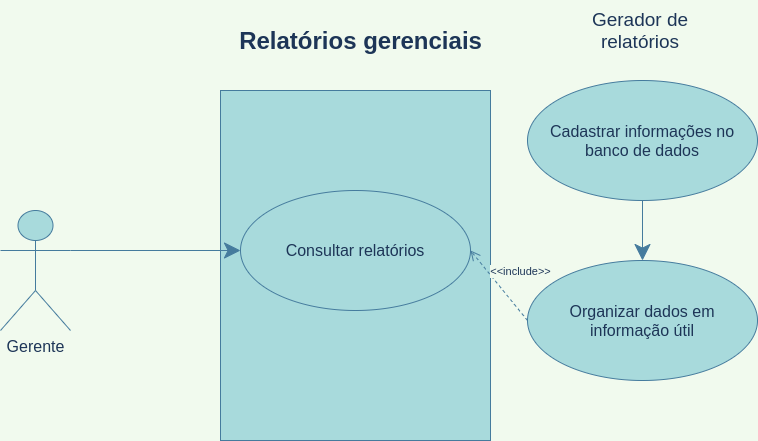
Earlier version of the draw.io export relatoriosgerenciais.drawio.png (hinname/project-Restaurant). Source tidied: cells renumbered, new cells last; positions are measured from the earlier drawing's top-left corner, leaving out a move shared by most shapes.
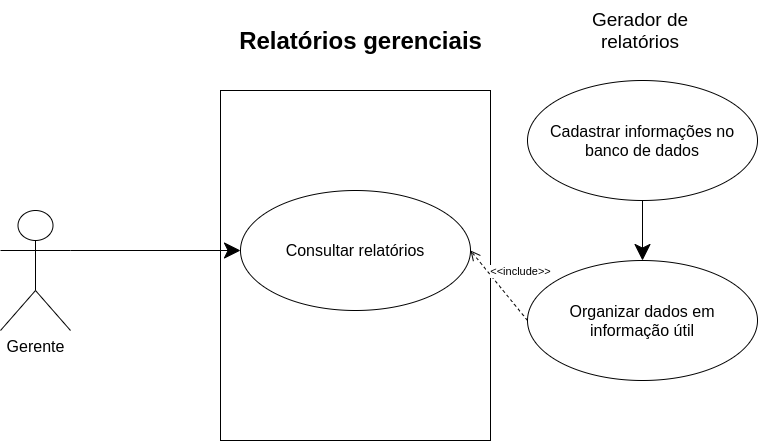
Later version of the same file.

The edit, as a diff of the source:
```diff
@@ -1,35 +1,35 @@
-<mxGraphModel background="#F1FAEE">
+<mxGraphModel>
   <root>
     <mxCell id="0" />
     <mxCell id="1" parent="0" />
-    <mxCell id="2" style="rounded=0;whiteSpace=wrap;html=1;hachureGap=4;fillColor=#A8DADC;strokeColor=#457B9D;fontColor=#1D3557;" parent="1" vertex="1">
+    <mxCell id="2" style="rounded=0;whiteSpace=wrap;html=1;hachureGap=4;" parent="1" vertex="1">
       <mxGeometry x="220" y="90" width="270" height="350" as="geometry" />
     </mxCell>
-    <mxCell id="3" value="Relatórios gerenciais" style="text;strokeColor=none;fillColor=none;html=1;fontSize=24;fontStyle=1;verticalAlign=middle;align=center;hachureGap=4;fontColor=#1D3557;" parent="1" vertex="1">
+    <mxCell id="3" value="Relatórios gerenciais" style="text;strokeColor=none;fillColor=none;html=1;fontSize=24;fontStyle=1;verticalAlign=middle;align=center;hachureGap=4;" parent="1" vertex="1">
       <mxGeometry x="310" y="20" width="100" height="40" as="geometry" />
     </mxCell>
-    <mxCell id="4" value="&lt;font style=&quot;font-size: 16px&quot;&gt;Gerente&lt;/font&gt;" style="shape=umlActor;verticalLabelPosition=bottom;verticalAlign=top;html=1;outlineConnect=0;hachureGap=4;fillColor=#A8DADC;strokeColor=#457B9D;fontColor=#1D3557;" parent="1" vertex="1">
+    <mxCell id="4" value="&lt;font style=&quot;font-size: 16px&quot;&gt;Gerente&lt;/font&gt;" style="shape=umlActor;verticalLabelPosition=bottom;verticalAlign=top;html=1;outlineConnect=0;hachureGap=4;" parent="1" vertex="1">
       <mxGeometry y="210" width="70" height="120" as="geometry" />
     </mxCell>
-    <mxCell id="5" value="&lt;font style=&quot;font-size: 16px&quot;&gt;Consultar relatórios&lt;/font&gt;" style="ellipse;whiteSpace=wrap;html=1;hachureGap=4;fillColor=#A8DADC;strokeColor=#457B9D;fontColor=#1D3557;" parent="1" vertex="1">
+    <mxCell id="5" value="&lt;font style=&quot;font-size: 16px&quot;&gt;Consultar relatórios&lt;/font&gt;" style="ellipse;whiteSpace=wrap;html=1;hachureGap=4;" parent="1" vertex="1">
       <mxGeometry x="240" y="190" width="230" height="120" as="geometry" />
     </mxCell>
-    <mxCell id="6" value="&lt;font style=&quot;font-size: 16px&quot;&gt;Cadastrar informações no banco de dados&lt;/font&gt;" style="ellipse;whiteSpace=wrap;html=1;hachureGap=4;fillColor=#A8DADC;strokeColor=#457B9D;fontColor=#1D3557;" parent="1" vertex="1">
+    <mxCell id="6" value="&lt;font style=&quot;font-size: 16px&quot;&gt;Cadastrar informações no banco de dados&lt;/font&gt;" style="ellipse;whiteSpace=wrap;html=1;hachureGap=4;" parent="1" vertex="1">
       <mxGeometry x="527" y="80" width="230" height="120" as="geometry" />
     </mxCell>
-    <mxCell id="7" value="&lt;font style=&quot;font-size: 16px&quot;&gt;Organizar dados em informação útil&lt;/font&gt;" style="ellipse;whiteSpace=wrap;html=1;hachureGap=4;fillColor=#A8DADC;strokeColor=#457B9D;fontColor=#1D3557;" parent="1" vertex="1">
+    <mxCell id="7" value="&lt;font style=&quot;font-size: 16px&quot;&gt;Organizar dados em informação útil&lt;/font&gt;" style="ellipse;whiteSpace=wrap;html=1;hachureGap=4;" parent="1" vertex="1">
       <mxGeometry x="527" y="260" width="230" height="120" as="geometry" />
     </mxCell>
-    <mxCell id="8" value="&lt;font style=&quot;font-size: 19px&quot;&gt;Gerador de relatórios&lt;/font&gt;" style="text;html=1;strokeColor=none;fillColor=none;align=center;verticalAlign=middle;whiteSpace=wrap;rounded=0;hachureGap=4;fontColor=#1D3557;" parent="1" vertex="1">
+    <mxCell id="8" value="&lt;font style=&quot;font-size: 19px&quot;&gt;Gerador de relatórios&lt;/font&gt;" style="text;html=1;strokeColor=none;fillColor=none;align=center;verticalAlign=middle;whiteSpace=wrap;rounded=0;hachureGap=4;" parent="1" vertex="1">
       <mxGeometry x="590" width="100" height="60" as="geometry" />
     </mxCell>
-    <mxCell id="9" style="endArrow=classic;html=1;startSize=14;endSize=14;sourcePerimeterSpacing=8;targetPerimeterSpacing=8;exitX=0.5;exitY=1;exitDx=0;exitDy=0;entryX=0.5;entryY=0;entryDx=0;entryDy=0;labelBackgroundColor=#F1FAEE;strokeColor=#457B9D;fontColor=#1D3557;" parent="1" edge="1" source="6" target="7">
+    <mxCell id="9" style="endArrow=classic;html=1;startSize=14;endSize=14;sourcePerimeterSpacing=8;targetPerimeterSpacing=8;exitX=0.5;exitY=1;exitDx=0;exitDy=0;entryX=0.5;entryY=0;entryDx=0;entryDy=0;" parent="1" edge="1" source="6" target="7">
       <mxGeometry relative="1" as="geometry" />
     </mxCell>
-    <mxCell id="10" value="&lt;font style=&quot;font-size: 11px&quot;&gt;&amp;lt;&amp;lt;include&amp;gt;&amp;gt;&lt;/font&gt;" style="html=1;verticalAlign=bottom;endArrow=open;dashed=1;endSize=8;sourcePerimeterSpacing=8;targetPerimeterSpacing=8;exitX=0;exitY=0.5;exitDx=0;exitDy=0;entryX=1;entryY=0.5;entryDx=0;entryDy=0;labelBackgroundColor=#F1FAEE;strokeColor=#457B9D;fontColor=#1D3557;" parent="1" edge="1" source="7" target="5">
+    <mxCell id="10" value="&lt;font style=&quot;font-size: 11px&quot;&gt;&amp;lt;&amp;lt;include&amp;gt;&amp;gt;&lt;/font&gt;" style="html=1;verticalAlign=bottom;endArrow=open;dashed=1;endSize=8;sourcePerimeterSpacing=8;targetPerimeterSpacing=8;exitX=0;exitY=0.5;exitDx=0;exitDy=0;entryX=1;entryY=0.5;entryDx=0;entryDy=0;" parent="1" edge="1" source="7" target="5">
       <mxGeometry x="-0.21" y="-20" relative="1" as="geometry" />
     </mxCell>
-    <mxCell id="11" style="endArrow=classic;html=1;startSize=14;endSize=14;sourcePerimeterSpacing=8;targetPerimeterSpacing=8;exitX=1;exitY=0.3333333333333333;exitDx=0;exitDy=0;exitPerimeter=0;entryX=0;entryY=0.5;entryDx=0;entryDy=0;labelBackgroundColor=#F1FAEE;strokeColor=#457B9D;fontColor=#1D3557;" parent="1" edge="1" source="4" target="5">
+    <mxCell id="11" style="endArrow=classic;html=1;startSize=14;endSize=14;sourcePerimeterSpacing=8;targetPerimeterSpacing=8;exitX=1;exitY=0.3333333333333333;exitDx=0;exitDy=0;exitPerimeter=0;entryX=0;entryY=0.5;entryDx=0;entryDy=0;" parent="1" edge="1" source="4" target="5">
       <mxGeometry relative="1" as="geometry" />
     </mxCell>
   </root>
```
